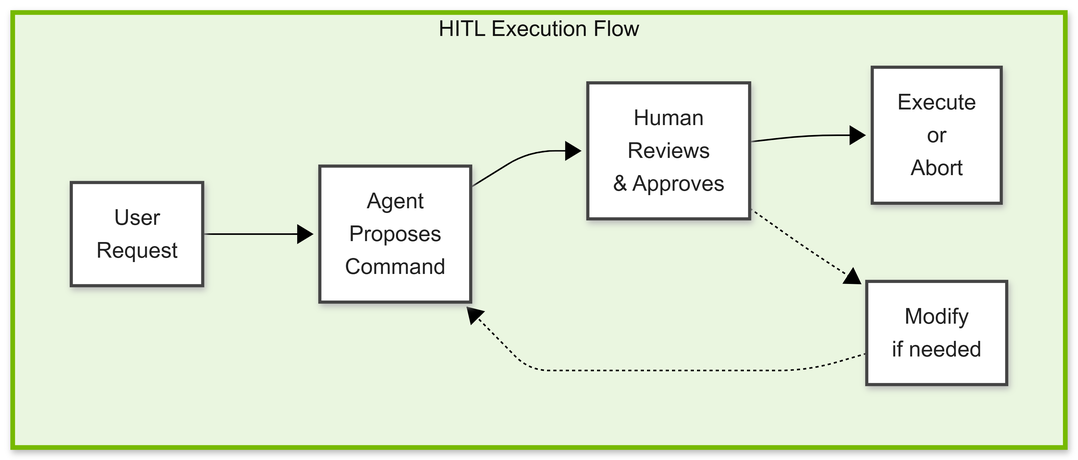
This is .devx/4-agent-customization/img/hitl_flow.png from brevdev/workshop-build-an-agent, a Mermaid export, as it was before one commit. Its source is kept beside it as .devx/4-agent-customization/img/hitl_flow.mmd. Source of this version:
```mermaid
---
config:
  theme: 'base'
  themeVariables:
    primaryColor: '#eaf6e0'
    secondaryColor: '#eaf6e0'
    background: white
---

flowchart LR

    subgraph hitl[HITL Execution Flow]
        direction LR
        request[User<br />Request] --> propose[Agent<br />Proposes<br />Command] --> review[Human<br />Reviews<br />& Approves] --> execute[Execute<br />or<br />Abort]
        review -.-> modify[Modify<br />if needed]
        modify -.-> propose
    end

    classDef node fill:#fff,stroke:#444,stroke-width:2px,color:#222;
    classDef cluster fill:#eaf6e0,stroke:#76b900,stroke-width:3px,color:#111,rounded corners,shadow;
```
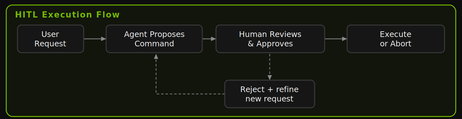
After the commit.

What changed in the source:
```diff
@@ -12,7 +12,7 @@
     subgraph hitl[HITL Execution Flow]
         direction LR
         request[User<br />Request] --> propose[Agent<br />Proposes<br />Command] --> review[Human<br />Reviews<br />& Approves] --> execute[Execute<br />or<br />Abort]
-        review -.-> modify[Modify<br />if needed]
+        review -.-> modify[Reject + refine<br />new request]
         modify -.-> propose
     end
 
```
